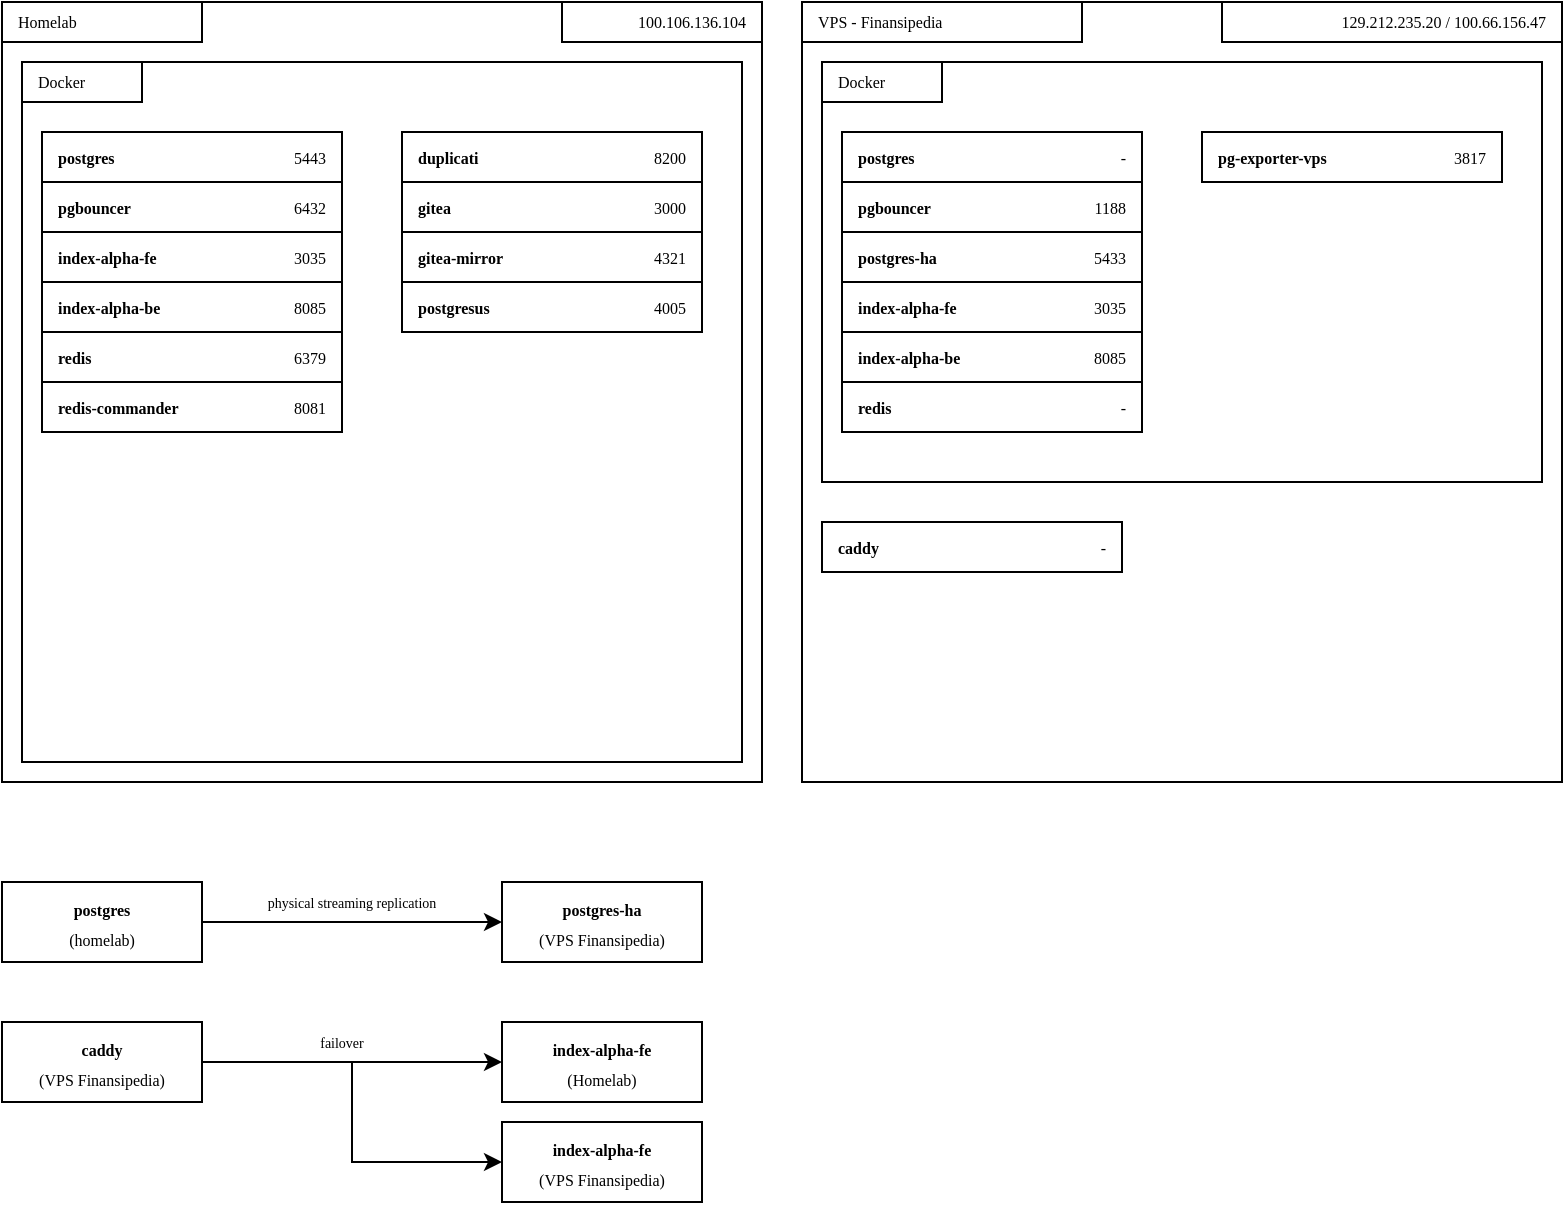
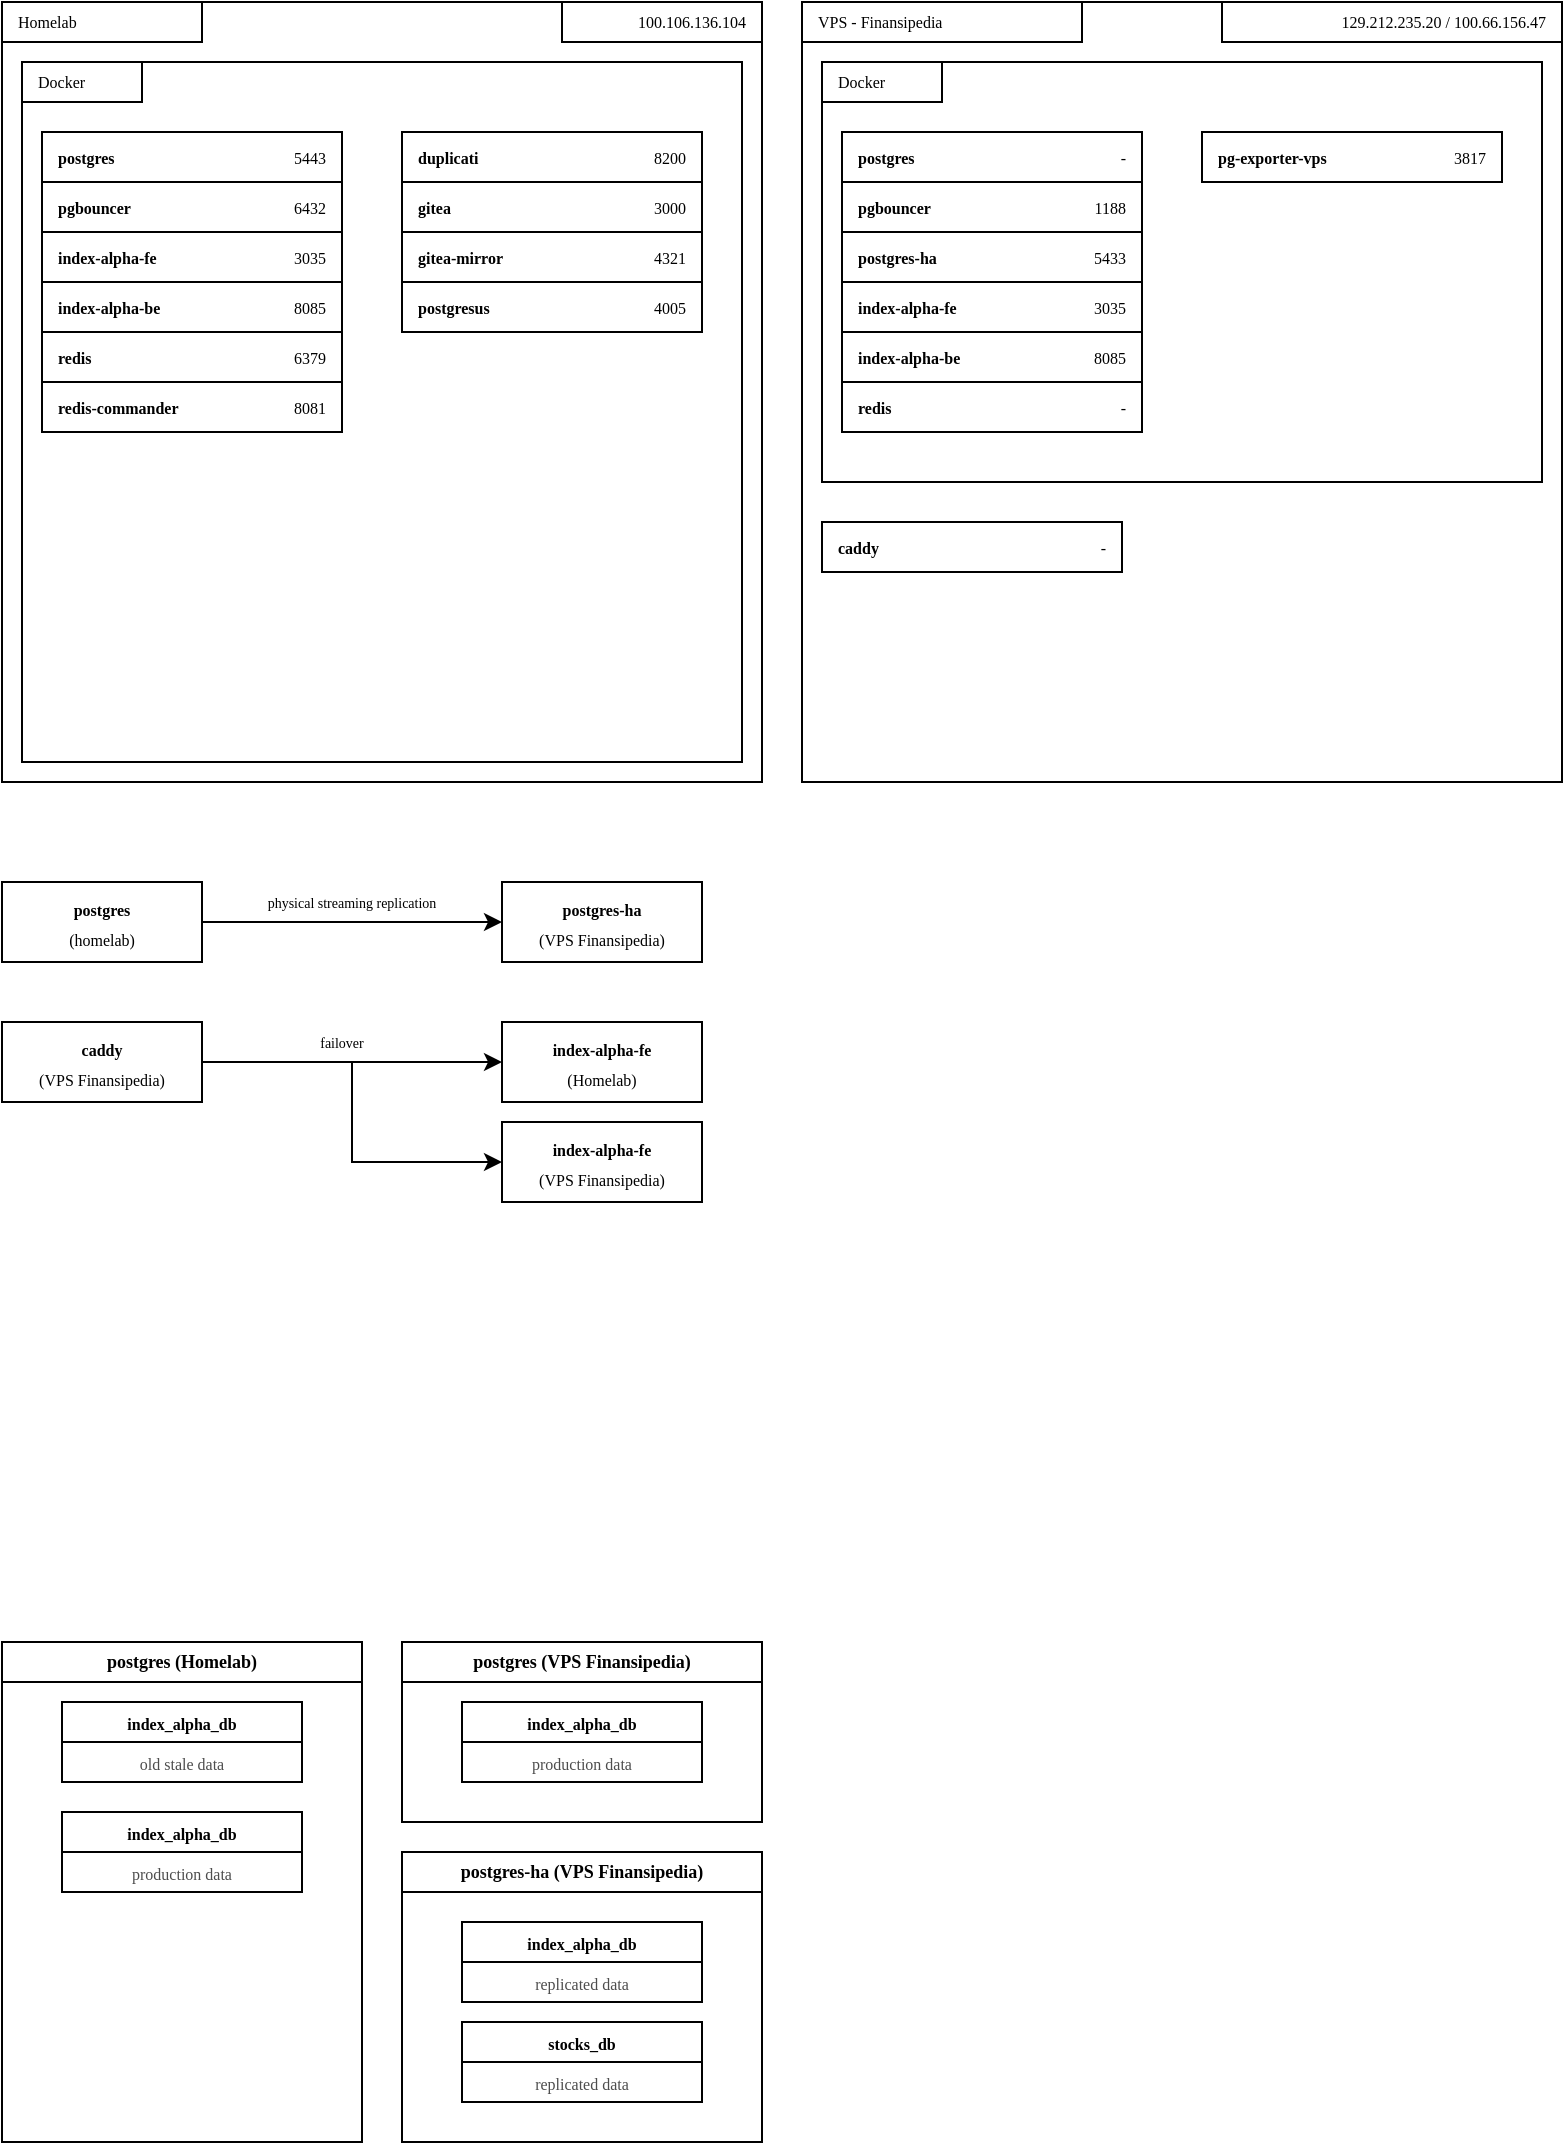
<mxfile host="app.diagrams.net">
  <diagram name="Page-1" id="EqAcxWxWpPEczBTcAObV">
-     <mxGraphModel dx="654" dy="347" grid="1" gridSize="10" guides="1" tooltips="1" connect="1" arrows="1" fold="1" page="1" pageScale="1" pageWidth="850" pageHeight="1100" math="0" shadow="0">
+     <mxGraphModel dx="572" dy="303" grid="1" gridSize="10" guides="1" tooltips="1" connect="1" arrows="1" fold="1" page="1" pageScale="1" pageWidth="850" pageHeight="1100" math="0" shadow="0">
      <root>
        <mxCell id="0" />
        <mxCell id="1" parent="0" />
        <mxCell id="tyjjsNKJ7kBHK_1WbMmb-1" parent="1" style="rounded=0;whiteSpace=wrap;html=1;" value="" vertex="1">
          <mxGeometry height="390" width="380" x="50" y="60" as="geometry" />
        </mxCell>
        <mxCell id="tyjjsNKJ7kBHK_1WbMmb-18" parent="1" style="rounded=0;whiteSpace=wrap;html=1;" value="" vertex="1">
          <mxGeometry height="350" width="360" x="60" y="90" as="geometry" />
        </mxCell>
        <mxCell id="tyjjsNKJ7kBHK_1WbMmb-3" parent="1" style="rounded=0;whiteSpace=wrap;html=1;" value="" vertex="1">
          <mxGeometry height="20" width="100" x="50" y="60" as="geometry" />
        </mxCell>
        <mxCell id="tyjjsNKJ7kBHK_1WbMmb-2" parent="1" style="text;html=1;whiteSpace=wrap;strokeColor=none;fillColor=none;align=left;verticalAlign=middle;rounded=0;spacingLeft=6;fontFamily=Verdana;fontSize=8;" value="Homelab" vertex="1">
          <mxGeometry height="20" width="100" x="50" y="60" as="geometry" />
        </mxCell>
        <mxCell id="tyjjsNKJ7kBHK_1WbMmb-19" parent="1" style="rounded=0;whiteSpace=wrap;html=1;fontFamily=Verdana;fontSize=9;" value="" vertex="1">
          <mxGeometry height="20" width="60" x="60" y="90" as="geometry" />
        </mxCell>
        <mxCell id="tyjjsNKJ7kBHK_1WbMmb-20" parent="1" style="text;html=1;whiteSpace=wrap;strokeColor=none;fillColor=none;align=left;verticalAlign=middle;rounded=0;spacingLeft=6;fontFamily=Verdana;fontSize=8;" value="Docker" vertex="1">
          <mxGeometry height="20" width="50" x="60" y="90" as="geometry" />
        </mxCell>
        <mxCell id="tyjjsNKJ7kBHK_1WbMmb-28" parent="1" style="rounded=0;whiteSpace=wrap;html=1;align=right;" value="" vertex="1">
          <mxGeometry height="20" width="100" x="330" y="60" as="geometry" />
        </mxCell>
        <mxCell id="tyjjsNKJ7kBHK_1WbMmb-29" parent="1" style="text;html=1;whiteSpace=wrap;strokeColor=none;fillColor=none;align=right;verticalAlign=middle;rounded=0;spacingLeft=6;spacingRight=6;fontFamily=Verdana;fontSize=8;" value="&lt;span style=&quot;text-align: center;&quot;&gt;100.106.136.104&lt;/span&gt;" vertex="1">
          <mxGeometry height="20" width="100" x="330" y="60" as="geometry" />
        </mxCell>
        <mxCell id="tyjjsNKJ7kBHK_1WbMmb-48" connectable="0" parent="1" style="group;fontFamily=Verdana;fontSize=8;" value="" vertex="1">
          <mxGeometry height="25" width="150" x="70" y="250" as="geometry" />
        </mxCell>
        <mxCell id="tyjjsNKJ7kBHK_1WbMmb-44" parent="tyjjsNKJ7kBHK_1WbMmb-48" style="rounded=0;whiteSpace=wrap;html=1;fontFamily=Verdana;fontSize=8;" value="" vertex="1">
          <mxGeometry height="25" width="150" as="geometry" />
        </mxCell>
        <mxCell id="tyjjsNKJ7kBHK_1WbMmb-45" parent="tyjjsNKJ7kBHK_1WbMmb-48" style="text;html=1;whiteSpace=wrap;strokeColor=none;fillColor=none;align=left;verticalAlign=middle;rounded=0;fontStyle=1;spacingRight=6;spacingLeft=6;fontFamily=Verdana;fontSize=8;" value="&lt;font&gt;redis-commander&lt;/font&gt;" vertex="1">
          <mxGeometry height="20" width="100" y="2.5" as="geometry" />
        </mxCell>
        <mxCell id="tyjjsNKJ7kBHK_1WbMmb-46" parent="tyjjsNKJ7kBHK_1WbMmb-48" style="text;html=1;whiteSpace=wrap;strokeColor=none;fillColor=none;align=right;verticalAlign=middle;rounded=0;spacingRight=6;spacingLeft=6;fontFamily=Verdana;fontSize=8;" value="&lt;font&gt;8081&lt;/font&gt;" vertex="1">
          <mxGeometry height="20" width="40" x="110" y="2.5" as="geometry" />
        </mxCell>
        <mxCell id="tyjjsNKJ7kBHK_1WbMmb-49" connectable="0" parent="1" style="group;fontFamily=Verdana;fontSize=8;" value="" vertex="1">
          <mxGeometry height="25" width="150" x="70" y="225" as="geometry" />
        </mxCell>
        <mxCell id="tyjjsNKJ7kBHK_1WbMmb-41" parent="tyjjsNKJ7kBHK_1WbMmb-49" style="rounded=0;whiteSpace=wrap;html=1;fontFamily=Verdana;fontSize=8;" value="" vertex="1">
          <mxGeometry height="25" width="150" as="geometry" />
        </mxCell>
        <mxCell id="tyjjsNKJ7kBHK_1WbMmb-42" parent="tyjjsNKJ7kBHK_1WbMmb-49" style="text;html=1;whiteSpace=wrap;strokeColor=none;fillColor=none;align=left;verticalAlign=middle;rounded=0;fontStyle=1;spacingRight=6;spacingLeft=6;fontFamily=Verdana;fontSize=8;" value="&lt;font&gt;redis&lt;/font&gt;" vertex="1">
          <mxGeometry height="20" width="100" y="2.5" as="geometry" />
        </mxCell>
        <mxCell id="tyjjsNKJ7kBHK_1WbMmb-43" parent="tyjjsNKJ7kBHK_1WbMmb-49" style="text;html=1;whiteSpace=wrap;strokeColor=none;fillColor=none;align=right;verticalAlign=middle;rounded=0;spacingRight=6;spacingLeft=6;fontFamily=Verdana;fontSize=8;" value="&lt;font&gt;6379&lt;/font&gt;" vertex="1">
          <mxGeometry height="20" width="40" x="110" y="2.5" as="geometry" />
        </mxCell>
        <mxCell id="tyjjsNKJ7kBHK_1WbMmb-50" connectable="0" parent="1" style="group;fontFamily=Verdana;fontSize=8;" value="" vertex="1">
          <mxGeometry height="25" width="150" x="70" y="200" as="geometry" />
        </mxCell>
        <mxCell id="tyjjsNKJ7kBHK_1WbMmb-38" parent="tyjjsNKJ7kBHK_1WbMmb-50" style="rounded=0;whiteSpace=wrap;html=1;fontFamily=Verdana;fontSize=8;" value="" vertex="1">
          <mxGeometry height="25" width="150" as="geometry" />
        </mxCell>
        <mxCell id="tyjjsNKJ7kBHK_1WbMmb-39" parent="tyjjsNKJ7kBHK_1WbMmb-50" style="text;html=1;whiteSpace=wrap;strokeColor=none;fillColor=none;align=left;verticalAlign=middle;rounded=0;fontStyle=1;spacingRight=6;spacingLeft=6;fontFamily=Verdana;fontSize=8;" value="&lt;font&gt;index-alpha-be&lt;/font&gt;" vertex="1">
          <mxGeometry height="20" width="100" y="2.5" as="geometry" />
        </mxCell>
        <mxCell id="tyjjsNKJ7kBHK_1WbMmb-40" parent="tyjjsNKJ7kBHK_1WbMmb-50" style="text;html=1;whiteSpace=wrap;strokeColor=none;fillColor=none;align=right;verticalAlign=middle;rounded=0;spacingRight=6;spacingLeft=6;fontFamily=Verdana;fontSize=8;" value="&lt;font&gt;8085&lt;/font&gt;" vertex="1">
          <mxGeometry height="20" width="40" x="110" y="2.5" as="geometry" />
        </mxCell>
        <mxCell id="tyjjsNKJ7kBHK_1WbMmb-51" connectable="0" parent="1" style="group;fontFamily=Verdana;fontSize=8;" value="" vertex="1">
          <mxGeometry height="25" width="150" x="70" y="175" as="geometry" />
        </mxCell>
        <mxCell id="tyjjsNKJ7kBHK_1WbMmb-35" parent="tyjjsNKJ7kBHK_1WbMmb-51" style="rounded=0;whiteSpace=wrap;html=1;fontFamily=Verdana;fontSize=8;" value="" vertex="1">
          <mxGeometry height="25" width="150" as="geometry" />
        </mxCell>
        <mxCell id="tyjjsNKJ7kBHK_1WbMmb-36" parent="tyjjsNKJ7kBHK_1WbMmb-51" style="text;html=1;whiteSpace=wrap;strokeColor=none;fillColor=none;align=left;verticalAlign=middle;rounded=0;fontStyle=1;spacingRight=6;spacingLeft=6;fontFamily=Verdana;fontSize=8;" value="&lt;font&gt;index-alpha-fe&lt;/font&gt;" vertex="1">
          <mxGeometry height="20" width="100" y="2.5" as="geometry" />
        </mxCell>
        <mxCell id="tyjjsNKJ7kBHK_1WbMmb-37" parent="tyjjsNKJ7kBHK_1WbMmb-51" style="text;html=1;whiteSpace=wrap;strokeColor=none;fillColor=none;align=right;verticalAlign=middle;rounded=0;spacingRight=6;spacingLeft=6;fontFamily=Verdana;fontSize=8;" value="&lt;font&gt;3035&lt;/font&gt;" vertex="1">
          <mxGeometry height="20" width="40" x="110" y="2.5" as="geometry" />
        </mxCell>
        <mxCell id="tyjjsNKJ7kBHK_1WbMmb-52" connectable="0" parent="1" style="group;fontFamily=Verdana;fontSize=8;" value="" vertex="1">
          <mxGeometry height="25" width="150" x="70" y="150" as="geometry" />
        </mxCell>
        <mxCell id="tyjjsNKJ7kBHK_1WbMmb-32" parent="tyjjsNKJ7kBHK_1WbMmb-52" style="rounded=0;whiteSpace=wrap;html=1;fontFamily=Verdana;fontSize=8;" value="" vertex="1">
          <mxGeometry height="25" width="150" as="geometry" />
        </mxCell>
        <mxCell id="tyjjsNKJ7kBHK_1WbMmb-33" parent="tyjjsNKJ7kBHK_1WbMmb-52" style="text;html=1;whiteSpace=wrap;strokeColor=none;fillColor=none;align=left;verticalAlign=middle;rounded=0;fontStyle=1;spacingRight=6;spacingLeft=6;fontFamily=Verdana;fontSize=8;" value="&lt;font&gt;pgbouncer&lt;/font&gt;" vertex="1">
          <mxGeometry height="20" width="100" y="2.5" as="geometry" />
        </mxCell>
        <mxCell id="tyjjsNKJ7kBHK_1WbMmb-34" parent="tyjjsNKJ7kBHK_1WbMmb-52" style="text;html=1;whiteSpace=wrap;strokeColor=none;fillColor=none;align=right;verticalAlign=middle;rounded=0;spacingRight=6;spacingLeft=6;fontFamily=Verdana;fontSize=8;" value="&lt;font&gt;6432&lt;/font&gt;" vertex="1">
          <mxGeometry height="20" width="40" x="110" y="2.5" as="geometry" />
        </mxCell>
        <mxCell id="tyjjsNKJ7kBHK_1WbMmb-53" connectable="0" parent="1" style="group;fontFamily=Verdana;fontSize=8;" value="" vertex="1">
          <mxGeometry height="25" width="150" x="70" y="125" as="geometry" />
        </mxCell>
        <mxCell id="tyjjsNKJ7kBHK_1WbMmb-5" parent="tyjjsNKJ7kBHK_1WbMmb-53" style="rounded=0;whiteSpace=wrap;html=1;fontFamily=Verdana;fontSize=8;" value="" vertex="1">
          <mxGeometry height="25" width="150" as="geometry" />
        </mxCell>
        <mxCell id="tyjjsNKJ7kBHK_1WbMmb-6" parent="tyjjsNKJ7kBHK_1WbMmb-53" style="text;html=1;whiteSpace=wrap;strokeColor=none;fillColor=none;align=left;verticalAlign=middle;rounded=0;fontStyle=1;spacingRight=6;spacingLeft=6;fontFamily=Verdana;fontSize=8;" value="&lt;font&gt;postgres&lt;/font&gt;" vertex="1">
          <mxGeometry height="20" width="100" y="2.5" as="geometry" />
        </mxCell>
        <mxCell id="tyjjsNKJ7kBHK_1WbMmb-7" parent="tyjjsNKJ7kBHK_1WbMmb-53" style="text;html=1;whiteSpace=wrap;strokeColor=none;fillColor=none;align=right;verticalAlign=middle;rounded=0;spacingRight=6;spacingLeft=6;fontFamily=Verdana;fontSize=8;" value="&lt;font&gt;5443&lt;/font&gt;" vertex="1">
          <mxGeometry height="20" width="40" x="110" y="2.5" as="geometry" />
        </mxCell>
        <mxCell id="tyjjsNKJ7kBHK_1WbMmb-54" connectable="0" parent="1" style="group;fontFamily=Verdana;fontSize=8;" value="" vertex="1">
          <mxGeometry height="25" width="150" x="250" y="125" as="geometry" />
        </mxCell>
        <mxCell id="tyjjsNKJ7kBHK_1WbMmb-55" parent="tyjjsNKJ7kBHK_1WbMmb-54" style="rounded=0;whiteSpace=wrap;html=1;fontFamily=Verdana;fontSize=8;" value="" vertex="1">
          <mxGeometry height="25" width="150" as="geometry" />
        </mxCell>
        <mxCell id="tyjjsNKJ7kBHK_1WbMmb-56" parent="tyjjsNKJ7kBHK_1WbMmb-54" style="text;html=1;whiteSpace=wrap;strokeColor=none;fillColor=none;align=left;verticalAlign=middle;rounded=0;fontStyle=1;spacingRight=6;spacingLeft=6;fontFamily=Verdana;fontSize=8;" value="&lt;font&gt;duplicati&lt;/font&gt;" vertex="1">
          <mxGeometry height="20" width="100" y="2.5" as="geometry" />
        </mxCell>
        <mxCell id="tyjjsNKJ7kBHK_1WbMmb-57" parent="tyjjsNKJ7kBHK_1WbMmb-54" style="text;html=1;whiteSpace=wrap;strokeColor=none;fillColor=none;align=right;verticalAlign=middle;rounded=0;spacingRight=6;spacingLeft=6;fontFamily=Verdana;fontSize=8;" value="&lt;font&gt;8200&lt;/font&gt;" vertex="1">
          <mxGeometry height="20" width="40" x="110" y="2.5" as="geometry" />
        </mxCell>
        <mxCell id="tyjjsNKJ7kBHK_1WbMmb-58" connectable="0" parent="1" style="group;fontFamily=Verdana;fontSize=8;" value="" vertex="1">
          <mxGeometry height="25" width="150" x="250" y="150" as="geometry" />
        </mxCell>
        <mxCell id="tyjjsNKJ7kBHK_1WbMmb-59" parent="tyjjsNKJ7kBHK_1WbMmb-58" style="rounded=0;whiteSpace=wrap;html=1;fontFamily=Verdana;fontSize=8;" value="" vertex="1">
          <mxGeometry height="25" width="150" as="geometry" />
        </mxCell>
        <mxCell id="tyjjsNKJ7kBHK_1WbMmb-60" parent="tyjjsNKJ7kBHK_1WbMmb-58" style="text;html=1;whiteSpace=wrap;strokeColor=none;fillColor=none;align=left;verticalAlign=middle;rounded=0;fontStyle=1;spacingRight=6;spacingLeft=6;fontFamily=Verdana;fontSize=8;" value="&lt;font&gt;gitea&lt;/font&gt;" vertex="1">
          <mxGeometry height="20" width="100" y="2.5" as="geometry" />
        </mxCell>
        <mxCell id="tyjjsNKJ7kBHK_1WbMmb-61" parent="tyjjsNKJ7kBHK_1WbMmb-58" style="text;html=1;whiteSpace=wrap;strokeColor=none;fillColor=none;align=right;verticalAlign=middle;rounded=0;spacingRight=6;spacingLeft=6;fontFamily=Verdana;fontSize=8;" value="&lt;font&gt;3000&lt;/font&gt;" vertex="1">
          <mxGeometry height="20" width="40" x="110" y="2.5" as="geometry" />
        </mxCell>
        <mxCell id="tyjjsNKJ7kBHK_1WbMmb-62" connectable="0" parent="1" style="group;fontFamily=Verdana;fontSize=8;" value="" vertex="1">
          <mxGeometry height="25" width="150" x="250" y="175" as="geometry" />
        </mxCell>
        <mxCell id="tyjjsNKJ7kBHK_1WbMmb-63" parent="tyjjsNKJ7kBHK_1WbMmb-62" style="rounded=0;whiteSpace=wrap;html=1;fontFamily=Verdana;fontSize=8;" value="" vertex="1">
          <mxGeometry height="25" width="150" as="geometry" />
        </mxCell>
        <mxCell id="tyjjsNKJ7kBHK_1WbMmb-64" parent="tyjjsNKJ7kBHK_1WbMmb-62" style="text;html=1;whiteSpace=wrap;strokeColor=none;fillColor=none;align=left;verticalAlign=middle;rounded=0;fontStyle=1;spacingRight=6;spacingLeft=6;fontFamily=Verdana;fontSize=8;" value="&lt;div&gt;&lt;span&gt;gitea-mirror&lt;/span&gt;&lt;/div&gt;" vertex="1">
          <mxGeometry height="20" width="100" y="2.5" as="geometry" />
        </mxCell>
        <mxCell id="tyjjsNKJ7kBHK_1WbMmb-65" parent="tyjjsNKJ7kBHK_1WbMmb-62" style="text;html=1;whiteSpace=wrap;strokeColor=none;fillColor=none;align=right;verticalAlign=middle;rounded=0;spacingRight=6;spacingLeft=6;fontFamily=Verdana;fontSize=8;" value="&lt;font&gt;4321&lt;/font&gt;" vertex="1">
          <mxGeometry height="20" width="40" x="110" y="2.5" as="geometry" />
        </mxCell>
        <mxCell id="tyjjsNKJ7kBHK_1WbMmb-66" connectable="0" parent="1" style="group;fontFamily=Verdana;fontSize=8;" value="" vertex="1">
          <mxGeometry height="25" width="150" x="250" y="200" as="geometry" />
        </mxCell>
        <mxCell id="tyjjsNKJ7kBHK_1WbMmb-67" parent="tyjjsNKJ7kBHK_1WbMmb-66" style="rounded=0;whiteSpace=wrap;html=1;fontFamily=Verdana;fontSize=8;" value="" vertex="1">
          <mxGeometry height="25" width="150" as="geometry" />
        </mxCell>
        <mxCell id="tyjjsNKJ7kBHK_1WbMmb-68" parent="tyjjsNKJ7kBHK_1WbMmb-66" style="text;html=1;whiteSpace=wrap;strokeColor=none;fillColor=none;align=left;verticalAlign=middle;rounded=0;fontStyle=1;spacingRight=6;spacingLeft=6;fontFamily=Verdana;fontSize=8;" value="&lt;div&gt;&lt;span&gt;postgresus&lt;/span&gt;&lt;/div&gt;" vertex="1">
          <mxGeometry height="20" width="100" y="2.5" as="geometry" />
        </mxCell>
        <mxCell id="tyjjsNKJ7kBHK_1WbMmb-69" parent="tyjjsNKJ7kBHK_1WbMmb-66" style="text;html=1;whiteSpace=wrap;strokeColor=none;fillColor=none;align=right;verticalAlign=middle;rounded=0;spacingRight=6;spacingLeft=6;fontFamily=Verdana;fontSize=8;" value="&lt;font&gt;4005&lt;/font&gt;" vertex="1">
          <mxGeometry height="20" width="40" x="110" y="2.5" as="geometry" />
        </mxCell>
        <mxCell id="tyjjsNKJ7kBHK_1WbMmb-70" parent="1" style="rounded=0;whiteSpace=wrap;html=1;" value="" vertex="1">
          <mxGeometry height="390" width="380" x="450" y="60" as="geometry" />
        </mxCell>
        <mxCell id="tyjjsNKJ7kBHK_1WbMmb-71" parent="1" style="rounded=0;whiteSpace=wrap;html=1;" value="" vertex="1">
          <mxGeometry height="210" width="360" x="460" y="90" as="geometry" />
        </mxCell>
        <mxCell id="tyjjsNKJ7kBHK_1WbMmb-72" parent="1" style="rounded=0;whiteSpace=wrap;html=1;" value="" vertex="1">
          <mxGeometry height="20" width="140" x="450" y="60" as="geometry" />
        </mxCell>
        <mxCell id="tyjjsNKJ7kBHK_1WbMmb-73" parent="1" style="text;html=1;whiteSpace=wrap;strokeColor=none;fillColor=none;align=left;verticalAlign=middle;rounded=0;spacingLeft=6;fontFamily=Verdana;fontSize=8;" value="VPS - Finansipedia" vertex="1">
          <mxGeometry height="20" width="130" x="450" y="60" as="geometry" />
        </mxCell>
        <mxCell id="tyjjsNKJ7kBHK_1WbMmb-74" parent="1" style="rounded=0;whiteSpace=wrap;html=1;fontFamily=Verdana;fontSize=9;" value="" vertex="1">
          <mxGeometry height="20" width="60" x="460" y="90" as="geometry" />
        </mxCell>
        <mxCell id="tyjjsNKJ7kBHK_1WbMmb-75" parent="1" style="text;html=1;whiteSpace=wrap;strokeColor=none;fillColor=none;align=left;verticalAlign=middle;rounded=0;spacingLeft=6;fontFamily=Verdana;fontSize=8;" value="Docker" vertex="1">
          <mxGeometry height="20" width="50" x="460" y="90" as="geometry" />
        </mxCell>
        <mxCell id="tyjjsNKJ7kBHK_1WbMmb-76" parent="1" style="rounded=0;whiteSpace=wrap;html=1;align=right;" value="" vertex="1">
          <mxGeometry height="20" width="170" x="660" y="60" as="geometry" />
        </mxCell>
        <mxCell id="tyjjsNKJ7kBHK_1WbMmb-77" parent="1" style="text;html=1;whiteSpace=wrap;strokeColor=none;fillColor=none;align=right;verticalAlign=middle;rounded=0;spacingLeft=6;spacingRight=6;fontFamily=Verdana;fontSize=8;" value="&lt;div style=&quot;text-align: center;&quot;&gt;&lt;span style=&quot;background-color: transparent;&quot;&gt;129.212.235.20 /&amp;nbsp;&lt;/span&gt;&lt;span style=&quot;background-color: transparent; text-align: right;&quot;&gt;100.66.156.47&lt;/span&gt;&lt;/div&gt;" vertex="1">
          <mxGeometry height="20" width="160" x="670" y="60" as="geometry" />
        </mxCell>
        <mxCell id="tyjjsNKJ7kBHK_1WbMmb-82" connectable="0" parent="1" style="group;fontFamily=Verdana;fontSize=8;" value="" vertex="1">
          <mxGeometry height="25" width="150" x="470" y="250" as="geometry" />
        </mxCell>
        <mxCell id="tyjjsNKJ7kBHK_1WbMmb-83" parent="tyjjsNKJ7kBHK_1WbMmb-82" style="rounded=0;whiteSpace=wrap;html=1;fontFamily=Verdana;fontSize=8;" value="" vertex="1">
          <mxGeometry height="25" width="150" as="geometry" />
        </mxCell>
        <mxCell id="tyjjsNKJ7kBHK_1WbMmb-84" parent="tyjjsNKJ7kBHK_1WbMmb-82" style="text;html=1;whiteSpace=wrap;strokeColor=none;fillColor=none;align=left;verticalAlign=middle;rounded=0;fontStyle=1;spacingRight=6;spacingLeft=6;fontFamily=Verdana;fontSize=8;" value="&lt;font&gt;redis&lt;/font&gt;" vertex="1">
          <mxGeometry height="20" width="100" y="2.5" as="geometry" />
        </mxCell>
        <mxCell id="tyjjsNKJ7kBHK_1WbMmb-85" parent="tyjjsNKJ7kBHK_1WbMmb-82" style="text;html=1;whiteSpace=wrap;strokeColor=none;fillColor=none;align=right;verticalAlign=middle;rounded=0;spacingRight=6;spacingLeft=6;fontFamily=Verdana;fontSize=8;" value="&lt;font&gt;-&lt;/font&gt;" vertex="1">
          <mxGeometry height="20" width="40" x="110" y="2.5" as="geometry" />
        </mxCell>
        <mxCell id="tyjjsNKJ7kBHK_1WbMmb-86" connectable="0" parent="1" style="group;fontFamily=Verdana;fontSize=8;" value="" vertex="1">
          <mxGeometry height="25" width="150" x="470" y="225" as="geometry" />
        </mxCell>
        <mxCell id="tyjjsNKJ7kBHK_1WbMmb-87" parent="tyjjsNKJ7kBHK_1WbMmb-86" style="rounded=0;whiteSpace=wrap;html=1;fontFamily=Verdana;fontSize=8;" value="" vertex="1">
          <mxGeometry height="25" width="150" as="geometry" />
        </mxCell>
        <mxCell id="tyjjsNKJ7kBHK_1WbMmb-88" parent="tyjjsNKJ7kBHK_1WbMmb-86" style="text;html=1;whiteSpace=wrap;strokeColor=none;fillColor=none;align=left;verticalAlign=middle;rounded=0;fontStyle=1;spacingRight=6;spacingLeft=6;fontFamily=Verdana;fontSize=8;" value="&lt;font&gt;index-alpha-be&lt;/font&gt;" vertex="1">
          <mxGeometry height="20" width="100" y="2.5" as="geometry" />
        </mxCell>
        <mxCell id="tyjjsNKJ7kBHK_1WbMmb-89" parent="tyjjsNKJ7kBHK_1WbMmb-86" style="text;html=1;whiteSpace=wrap;strokeColor=none;fillColor=none;align=right;verticalAlign=middle;rounded=0;spacingRight=6;spacingLeft=6;fontFamily=Verdana;fontSize=8;" value="&lt;font&gt;8085&lt;/font&gt;" vertex="1">
          <mxGeometry height="20" width="40" x="110" y="2.5" as="geometry" />
        </mxCell>
        <mxCell id="tyjjsNKJ7kBHK_1WbMmb-90" connectable="0" parent="1" style="group;fontFamily=Verdana;fontSize=8;" value="" vertex="1">
          <mxGeometry height="25" width="150" x="470" y="200" as="geometry" />
        </mxCell>
        <mxCell id="tyjjsNKJ7kBHK_1WbMmb-91" parent="tyjjsNKJ7kBHK_1WbMmb-90" style="rounded=0;whiteSpace=wrap;html=1;fontFamily=Verdana;fontSize=8;" value="" vertex="1">
          <mxGeometry height="25" width="150" as="geometry" />
        </mxCell>
        <mxCell id="tyjjsNKJ7kBHK_1WbMmb-92" parent="tyjjsNKJ7kBHK_1WbMmb-90" style="text;html=1;whiteSpace=wrap;strokeColor=none;fillColor=none;align=left;verticalAlign=middle;rounded=0;fontStyle=1;spacingRight=6;spacingLeft=6;fontFamily=Verdana;fontSize=8;" value="&lt;font&gt;index-alpha-fe&lt;/font&gt;" vertex="1">
          <mxGeometry height="20" width="100" y="2.5" as="geometry" />
        </mxCell>
        <mxCell id="tyjjsNKJ7kBHK_1WbMmb-93" parent="tyjjsNKJ7kBHK_1WbMmb-90" style="text;html=1;whiteSpace=wrap;strokeColor=none;fillColor=none;align=right;verticalAlign=middle;rounded=0;spacingRight=6;spacingLeft=6;fontFamily=Verdana;fontSize=8;" value="&lt;font&gt;3035&lt;/font&gt;" vertex="1">
          <mxGeometry height="20" width="40" x="110" y="2.5" as="geometry" />
        </mxCell>
        <mxCell id="tyjjsNKJ7kBHK_1WbMmb-94" connectable="0" parent="1" style="group;fontFamily=Verdana;fontSize=8;" value="" vertex="1">
          <mxGeometry height="25" width="150" x="470" y="150" as="geometry" />
        </mxCell>
        <mxCell id="tyjjsNKJ7kBHK_1WbMmb-95" parent="tyjjsNKJ7kBHK_1WbMmb-94" style="rounded=0;whiteSpace=wrap;html=1;fontFamily=Verdana;fontSize=8;" value="" vertex="1">
          <mxGeometry height="25" width="150" as="geometry" />
        </mxCell>
        <mxCell id="tyjjsNKJ7kBHK_1WbMmb-96" parent="tyjjsNKJ7kBHK_1WbMmb-94" style="text;html=1;whiteSpace=wrap;strokeColor=none;fillColor=none;align=left;verticalAlign=middle;rounded=0;fontStyle=1;spacingRight=6;spacingLeft=6;fontFamily=Verdana;fontSize=8;" value="&lt;font&gt;pgbouncer&lt;/font&gt;" vertex="1">
          <mxGeometry height="20" width="100" y="2.5" as="geometry" />
        </mxCell>
        <mxCell id="tyjjsNKJ7kBHK_1WbMmb-97" parent="tyjjsNKJ7kBHK_1WbMmb-94" style="text;html=1;whiteSpace=wrap;strokeColor=none;fillColor=none;align=right;verticalAlign=middle;rounded=0;spacingRight=6;spacingLeft=6;fontFamily=Verdana;fontSize=8;" value="&lt;font&gt;1188&lt;/font&gt;" vertex="1">
          <mxGeometry height="20" width="40" x="110" y="2.5" as="geometry" />
        </mxCell>
        <mxCell id="tyjjsNKJ7kBHK_1WbMmb-98" connectable="0" parent="1" style="group;fontFamily=Verdana;fontSize=8;" value="" vertex="1">
          <mxGeometry height="25" width="150" x="470" y="125" as="geometry" />
        </mxCell>
        <mxCell id="tyjjsNKJ7kBHK_1WbMmb-99" parent="tyjjsNKJ7kBHK_1WbMmb-98" style="rounded=0;whiteSpace=wrap;html=1;fontFamily=Verdana;fontSize=8;" value="" vertex="1">
          <mxGeometry height="25" width="150" as="geometry" />
        </mxCell>
        <mxCell id="tyjjsNKJ7kBHK_1WbMmb-100" parent="tyjjsNKJ7kBHK_1WbMmb-98" style="text;html=1;whiteSpace=wrap;strokeColor=none;fillColor=none;align=left;verticalAlign=middle;rounded=0;fontStyle=1;spacingRight=6;spacingLeft=6;fontFamily=Verdana;fontSize=8;" value="&lt;font&gt;postgres&lt;/font&gt;" vertex="1">
          <mxGeometry height="20" width="100" y="2.5" as="geometry" />
        </mxCell>
        <mxCell id="tyjjsNKJ7kBHK_1WbMmb-101" parent="tyjjsNKJ7kBHK_1WbMmb-98" style="text;html=1;whiteSpace=wrap;strokeColor=none;fillColor=none;align=right;verticalAlign=middle;rounded=0;spacingRight=6;spacingLeft=6;fontFamily=Verdana;fontSize=8;" value="&lt;font&gt;-&lt;/font&gt;" vertex="1">
          <mxGeometry height="20" width="40" x="110" y="2.5" as="geometry" />
        </mxCell>
        <mxCell id="tyjjsNKJ7kBHK_1WbMmb-102" connectable="0" parent="1" style="group;fontFamily=Verdana;fontSize=8;" value="" vertex="1">
          <mxGeometry height="25" width="150" x="650" y="125" as="geometry" />
        </mxCell>
        <mxCell id="tyjjsNKJ7kBHK_1WbMmb-103" parent="tyjjsNKJ7kBHK_1WbMmb-102" style="rounded=0;whiteSpace=wrap;html=1;fontFamily=Verdana;fontSize=8;" value="" vertex="1">
          <mxGeometry height="25" width="150" as="geometry" />
        </mxCell>
        <mxCell id="tyjjsNKJ7kBHK_1WbMmb-104" parent="tyjjsNKJ7kBHK_1WbMmb-102" style="text;html=1;whiteSpace=wrap;strokeColor=none;fillColor=none;align=left;verticalAlign=middle;rounded=0;fontStyle=1;spacingRight=6;spacingLeft=6;fontFamily=Verdana;fontSize=8;" value="&lt;font&gt;pg-exporter-vps&lt;/font&gt;" vertex="1">
          <mxGeometry height="20" width="100" y="2.5" as="geometry" />
        </mxCell>
        <mxCell id="tyjjsNKJ7kBHK_1WbMmb-105" parent="tyjjsNKJ7kBHK_1WbMmb-102" style="text;html=1;whiteSpace=wrap;strokeColor=none;fillColor=none;align=right;verticalAlign=middle;rounded=0;spacingRight=6;spacingLeft=6;fontFamily=Verdana;fontSize=8;" value="&lt;font&gt;3817&lt;/font&gt;" vertex="1">
          <mxGeometry height="20" width="40" x="110" y="2.5" as="geometry" />
        </mxCell>
        <mxCell id="tyjjsNKJ7kBHK_1WbMmb-118" connectable="0" parent="1" style="group;fontFamily=Verdana;fontSize=8;" value="" vertex="1">
          <mxGeometry height="25" width="150" x="470" y="175" as="geometry" />
        </mxCell>
        <mxCell id="tyjjsNKJ7kBHK_1WbMmb-119" parent="tyjjsNKJ7kBHK_1WbMmb-118" style="rounded=0;whiteSpace=wrap;html=1;fontFamily=Verdana;fontSize=8;" value="" vertex="1">
          <mxGeometry height="25" width="150" as="geometry" />
        </mxCell>
        <mxCell id="tyjjsNKJ7kBHK_1WbMmb-120" parent="tyjjsNKJ7kBHK_1WbMmb-118" style="text;html=1;whiteSpace=wrap;strokeColor=none;fillColor=none;align=left;verticalAlign=middle;rounded=0;fontStyle=1;spacingRight=6;spacingLeft=6;fontFamily=Verdana;fontSize=8;" value="&lt;font&gt;postgres-ha&lt;/font&gt;" vertex="1">
          <mxGeometry height="20" width="100" y="2.5" as="geometry" />
        </mxCell>
        <mxCell id="tyjjsNKJ7kBHK_1WbMmb-121" parent="tyjjsNKJ7kBHK_1WbMmb-118" style="text;html=1;whiteSpace=wrap;strokeColor=none;fillColor=none;align=right;verticalAlign=middle;rounded=0;spacingRight=6;spacingLeft=6;fontFamily=Verdana;fontSize=8;" value="5433" vertex="1">
          <mxGeometry height="20" width="40" x="110" y="2.5" as="geometry" />
        </mxCell>
        <mxCell id="tyjjsNKJ7kBHK_1WbMmb-124" connectable="0" parent="1" style="group;fontFamily=Verdana;fontSize=8;" value="" vertex="1">
          <mxGeometry height="25" width="150" x="460" y="320" as="geometry" />
        </mxCell>
        <mxCell id="tyjjsNKJ7kBHK_1WbMmb-125" parent="tyjjsNKJ7kBHK_1WbMmb-124" style="rounded=0;whiteSpace=wrap;html=1;fontFamily=Verdana;fontSize=8;" value="" vertex="1">
          <mxGeometry height="25" width="150" as="geometry" />
        </mxCell>
        <mxCell id="tyjjsNKJ7kBHK_1WbMmb-126" parent="tyjjsNKJ7kBHK_1WbMmb-124" style="text;html=1;whiteSpace=wrap;strokeColor=none;fillColor=none;align=left;verticalAlign=middle;rounded=0;fontStyle=1;spacingRight=6;spacingLeft=6;fontFamily=Verdana;fontSize=8;" value="caddy" vertex="1">
          <mxGeometry height="20" width="100" y="2.5" as="geometry" />
        </mxCell>
        <mxCell id="tyjjsNKJ7kBHK_1WbMmb-127" parent="tyjjsNKJ7kBHK_1WbMmb-124" style="text;html=1;whiteSpace=wrap;strokeColor=none;fillColor=none;align=right;verticalAlign=middle;rounded=0;spacingRight=6;spacingLeft=6;fontFamily=Verdana;fontSize=8;" value="&lt;font&gt;-&lt;/font&gt;" vertex="1">
          <mxGeometry height="20" width="40" x="110" y="2.5" as="geometry" />
        </mxCell>
        <mxCell id="Tit254uEpL4SJPk85VVh-12" edge="1" parent="1" source="Tit254uEpL4SJPk85VVh-8" style="edgeStyle=orthogonalEdgeStyle;rounded=0;orthogonalLoop=1;jettySize=auto;html=1;" target="Tit254uEpL4SJPk85VVh-11">
          <mxGeometry relative="1" as="geometry" />
        </mxCell>
        <mxCell id="Tit254uEpL4SJPk85VVh-8" parent="1" style="rounded=0;whiteSpace=wrap;html=1;" value="&lt;span style=&quot;font-family: Verdana; font-size: 8px; font-weight: 700; text-align: left;&quot;&gt;postgres &lt;br&gt;&lt;/span&gt;&lt;span style=&quot;font-family: Verdana; font-size: 8px; text-align: left;&quot;&gt;(homelab)&lt;/span&gt;" vertex="1">
          <mxGeometry height="40" width="100" x="50" y="500" as="geometry" />
        </mxCell>
        <mxCell id="Tit254uEpL4SJPk85VVh-10" parent="1" style="text;whiteSpace=wrap;fontFamily=Verdana;fontSize=7;align=center;" value="physical streaming replication" vertex="1">
          <mxGeometry height="20" width="150" x="150" y="500" as="geometry" />
        </mxCell>
        <mxCell id="Tit254uEpL4SJPk85VVh-11" parent="1" style="rounded=0;whiteSpace=wrap;html=1;" value="&lt;span style=&quot;font-family: Verdana; font-size: 8px; font-weight: 700; text-align: left;&quot;&gt;postgres-ha&lt;br&gt;&lt;/span&gt;&lt;span style=&quot;font-family: Verdana; font-size: 8px; text-align: left;&quot;&gt;(VPS Finansipedia)&lt;/span&gt;" vertex="1">
          <mxGeometry height="40" width="100" x="300" y="500" as="geometry" />
        </mxCell>
        <mxCell id="Tit254uEpL4SJPk85VVh-13" edge="1" parent="1" source="Tit254uEpL4SJPk85VVh-14" style="edgeStyle=orthogonalEdgeStyle;rounded=0;orthogonalLoop=1;jettySize=auto;html=1;" target="Tit254uEpL4SJPk85VVh-16">
          <mxGeometry relative="1" as="geometry" />
        </mxCell>
        <mxCell id="Tit254uEpL4SJPk85VVh-14" parent="1" style="rounded=0;whiteSpace=wrap;html=1;" value="&lt;span style=&quot;font-family: Verdana; font-size: 8px; font-weight: 700; text-align: left;&quot;&gt;caddy&lt;br&gt;&lt;/span&gt;&lt;span style=&quot;font-family: Verdana; font-size: 8px; text-align: left;&quot;&gt;(VPS Finansipedia)&lt;/span&gt;" vertex="1">
          <mxGeometry height="40" width="100" x="50" y="570" as="geometry" />
        </mxCell>
        <mxCell id="Tit254uEpL4SJPk85VVh-15" parent="1" style="text;whiteSpace=wrap;fontFamily=Verdana;fontSize=7;align=center;" value="failover" vertex="1">
          <mxGeometry height="20" width="140" x="150" y="570" as="geometry" />
        </mxCell>
        <mxCell id="Tit254uEpL4SJPk85VVh-16" parent="1" style="rounded=0;whiteSpace=wrap;html=1;" value="&lt;span style=&quot;font-family: Verdana; font-size: 8px; text-align: left;&quot;&gt;&lt;b&gt;index-alpha-fe&lt;/b&gt;&lt;/span&gt;&lt;div&gt;&lt;span style=&quot;font-family: Verdana; font-size: 8px; text-align: left;&quot;&gt;(Homelab)&lt;/span&gt;&lt;/div&gt;" vertex="1">
          <mxGeometry height="40" width="100" x="300" y="570" as="geometry" />
        </mxCell>
        <mxCell id="Tit254uEpL4SJPk85VVh-17" parent="1" style="rounded=0;whiteSpace=wrap;html=1;" value="&lt;span style=&quot;font-family: Verdana; font-size: 8px; text-align: left;&quot;&gt;&lt;b&gt;index-alpha-fe&lt;/b&gt;&lt;/span&gt;&lt;div&gt;&lt;span style=&quot;font-family: Verdana; font-size: 8px; text-align: left;&quot;&gt;(VPS Finansipedia)&lt;/span&gt;&lt;/div&gt;" vertex="1">
          <mxGeometry height="40" width="100" x="300" y="620" as="geometry" />
        </mxCell>
        <mxCell id="Tit254uEpL4SJPk85VVh-19" edge="1" parent="1" source="Tit254uEpL4SJPk85VVh-14" style="edgeStyle=orthogonalEdgeStyle;rounded=0;orthogonalLoop=1;jettySize=auto;html=1;exitX=1;exitY=0.5;exitDx=0;exitDy=0;entryX=0;entryY=0.5;entryDx=0;entryDy=0;" target="Tit254uEpL4SJPk85VVh-17">
          <mxGeometry relative="1" as="geometry">
            <Array as="points">
              <mxPoint x="225" y="590" />
              <mxPoint x="225" y="640" />
            </Array>
            <mxPoint x="290" y="600" as="sourcePoint" />
            <mxPoint x="440" y="600" as="targetPoint" />
          </mxGeometry>
        </mxCell>
+         <mxCell id="Tit254uEpL4SJPk85VVh-20" parent="1" style="rounded=0;whiteSpace=wrap;html=1;" value="" vertex="1">
+           <mxGeometry height="250" width="180" x="50" y="880" as="geometry" />
+         </mxCell>
+         <mxCell id="Tit254uEpL4SJPk85VVh-21" parent="1" style="text;html=1;whiteSpace=wrap;strokeColor=none;fillColor=none;align=center;verticalAlign=middle;rounded=0;fontFamily=Verdana;fontSize=8;fontStyle=1" value="&lt;font style=&quot;font-size: 9px;&quot;&gt;postgres (Homelab)&lt;/font&gt;" vertex="1">
+           <mxGeometry height="20" width="180" x="50" y="880" as="geometry" />
+         </mxCell>
+         <mxCell id="Tit254uEpL4SJPk85VVh-22" edge="1" parent="1" source="Tit254uEpL4SJPk85VVh-21" style="endArrow=none;html=1;rounded=0;exitX=0;exitY=1;exitDx=0;exitDy=0;entryX=1;entryY=1;entryDx=0;entryDy=0;" target="Tit254uEpL4SJPk85VVh-21" value="">
+           <mxGeometry height="50" relative="1" width="50" as="geometry">
+             <mxPoint x="270" y="940" as="sourcePoint" />
+             <mxPoint x="320" y="890" as="targetPoint" />
+           </mxGeometry>
+         </mxCell>
+         <mxCell id="Tit254uEpL4SJPk85VVh-24" parent="1" style="rounded=0;whiteSpace=wrap;html=1;" value="&lt;font face=&quot;Verdana&quot; style=&quot;font-size: 8px;&quot;&gt;&lt;b style=&quot;&quot;&gt;index_alpha_db&lt;/b&gt;&lt;/font&gt;" vertex="1">
+           <mxGeometry height="20" width="120" x="80" y="910" as="geometry" />
+         </mxCell>
+         <mxCell id="Tit254uEpL4SJPk85VVh-25" parent="1" style="rounded=0;whiteSpace=wrap;html=1;" value="&lt;font style=&quot;font-size: 8px; color: rgb(77, 77, 77);&quot; face=&quot;Verdana&quot;&gt;old stale data&lt;/font&gt;" vertex="1">
+           <mxGeometry height="20" width="120" x="80" y="930" as="geometry" />
+         </mxCell>
+         <mxCell id="Tit254uEpL4SJPk85VVh-28" parent="1" style="rounded=0;whiteSpace=wrap;html=1;" value="" vertex="1">
+           <mxGeometry height="90" width="180" x="250" y="880" as="geometry" />
+         </mxCell>
+         <mxCell id="Tit254uEpL4SJPk85VVh-29" parent="1" style="text;html=1;whiteSpace=wrap;strokeColor=none;fillColor=none;align=center;verticalAlign=middle;rounded=0;fontFamily=Verdana;fontSize=8;fontStyle=1" value="&lt;font style=&quot;font-size: 9px;&quot;&gt;postgres (VPS Finansipedia)&lt;/font&gt;" vertex="1">
+           <mxGeometry height="20" width="180" x="250" y="880" as="geometry" />
+         </mxCell>
+         <mxCell id="Tit254uEpL4SJPk85VVh-30" edge="1" parent="1" source="Tit254uEpL4SJPk85VVh-29" style="endArrow=none;html=1;rounded=0;exitX=0;exitY=1;exitDx=0;exitDy=0;entryX=1;entryY=1;entryDx=0;entryDy=0;" target="Tit254uEpL4SJPk85VVh-29" value="">
+           <mxGeometry height="50" relative="1" width="50" as="geometry">
+             <mxPoint x="470" y="940" as="sourcePoint" />
+             <mxPoint x="520" y="890" as="targetPoint" />
+           </mxGeometry>
+         </mxCell>
+         <mxCell id="Tit254uEpL4SJPk85VVh-31" parent="1" style="rounded=0;whiteSpace=wrap;html=1;" value="&lt;font face=&quot;Verdana&quot; style=&quot;font-size: 8px;&quot;&gt;&lt;b style=&quot;&quot;&gt;index_alpha_db&lt;/b&gt;&lt;/font&gt;" vertex="1">
+           <mxGeometry height="20" width="120" x="280" y="910" as="geometry" />
+         </mxCell>
+         <mxCell id="Tit254uEpL4SJPk85VVh-32" parent="1" style="rounded=0;whiteSpace=wrap;html=1;" value="&lt;font style=&quot;font-size: 8px; color: rgb(77, 77, 77);&quot; face=&quot;Verdana&quot;&gt;production data&lt;/font&gt;" vertex="1">
+           <mxGeometry height="20" width="120" x="280" y="930" as="geometry" />
+         </mxCell>
+         <mxCell id="Tit254uEpL4SJPk85VVh-35" parent="1" style="rounded=0;whiteSpace=wrap;html=1;" value="" vertex="1">
+           <mxGeometry height="145" width="180" x="250" y="985" as="geometry" />
+         </mxCell>
+         <mxCell id="Tit254uEpL4SJPk85VVh-36" parent="1" style="text;html=1;whiteSpace=wrap;strokeColor=none;fillColor=none;align=center;verticalAlign=middle;rounded=0;fontFamily=Verdana;fontSize=8;fontStyle=1" value="&lt;font style=&quot;font-size: 9px;&quot;&gt;postgres-ha (VPS Finansipedia)&lt;/font&gt;" vertex="1">
+           <mxGeometry height="20" width="180" x="250" y="985" as="geometry" />
+         </mxCell>
+         <mxCell id="Tit254uEpL4SJPk85VVh-37" edge="1" parent="1" source="Tit254uEpL4SJPk85VVh-36" style="endArrow=none;html=1;rounded=0;exitX=0;exitY=1;exitDx=0;exitDy=0;entryX=1;entryY=1;entryDx=0;entryDy=0;" target="Tit254uEpL4SJPk85VVh-36" value="">
+           <mxGeometry height="50" relative="1" width="50" as="geometry">
+             <mxPoint x="470" y="1045" as="sourcePoint" />
+             <mxPoint x="520" y="995" as="targetPoint" />
+           </mxGeometry>
+         </mxCell>
+         <mxCell id="Tit254uEpL4SJPk85VVh-40" parent="1" style="rounded=0;whiteSpace=wrap;html=1;" value="&lt;font face=&quot;Verdana&quot; style=&quot;font-size: 8px;&quot;&gt;&lt;b style=&quot;&quot;&gt;index_alpha_db&lt;/b&gt;&lt;/font&gt;" vertex="1">
+           <mxGeometry height="20" width="120" x="280" y="1020" as="geometry" />
+         </mxCell>
+         <mxCell id="Tit254uEpL4SJPk85VVh-41" parent="1" style="rounded=0;whiteSpace=wrap;html=1;" value="&lt;font style=&quot;font-size: 8px; color: rgb(77, 77, 77);&quot; face=&quot;Verdana&quot;&gt;replicated data&lt;/font&gt;" vertex="1">
+           <mxGeometry height="20" width="120" x="280" y="1040" as="geometry" />
+         </mxCell>
+         <mxCell id="Tit254uEpL4SJPk85VVh-44" parent="1" style="rounded=0;whiteSpace=wrap;html=1;" value="&lt;font face=&quot;Verdana&quot; style=&quot;font-size: 8px;&quot;&gt;&lt;b style=&quot;&quot;&gt;stocks_db&lt;/b&gt;&lt;/font&gt;" vertex="1">
+           <mxGeometry height="20" width="120" x="280" y="1070" as="geometry" />
+         </mxCell>
+         <mxCell id="Tit254uEpL4SJPk85VVh-45" parent="1" style="rounded=0;whiteSpace=wrap;html=1;" value="&lt;font style=&quot;font-size: 8px; color: rgb(77, 77, 77);&quot; face=&quot;Verdana&quot;&gt;replicated data&lt;/font&gt;" vertex="1">
+           <mxGeometry height="20" width="120" x="280" y="1090" as="geometry" />
+         </mxCell>
+         <mxCell id="Tit254uEpL4SJPk85VVh-46" parent="1" style="rounded=0;whiteSpace=wrap;html=1;" value="&lt;font face=&quot;Verdana&quot; style=&quot;font-size: 8px;&quot;&gt;&lt;b style=&quot;&quot;&gt;index_alpha_db&lt;/b&gt;&lt;/font&gt;" vertex="1">
+           <mxGeometry height="20" width="120" x="80" y="965" as="geometry" />
+         </mxCell>
+         <mxCell id="Tit254uEpL4SJPk85VVh-47" parent="1" style="rounded=0;whiteSpace=wrap;html=1;" value="&lt;font style=&quot;font-size: 8px; color: rgb(77, 77, 77);&quot; face=&quot;Verdana&quot;&gt;production data&lt;/font&gt;" vertex="1">
+           <mxGeometry height="20" width="120" x="80" y="985" as="geometry" />
+         </mxCell>
      </root>
    </mxGraphModel>
  </diagram>
</mxfile>
